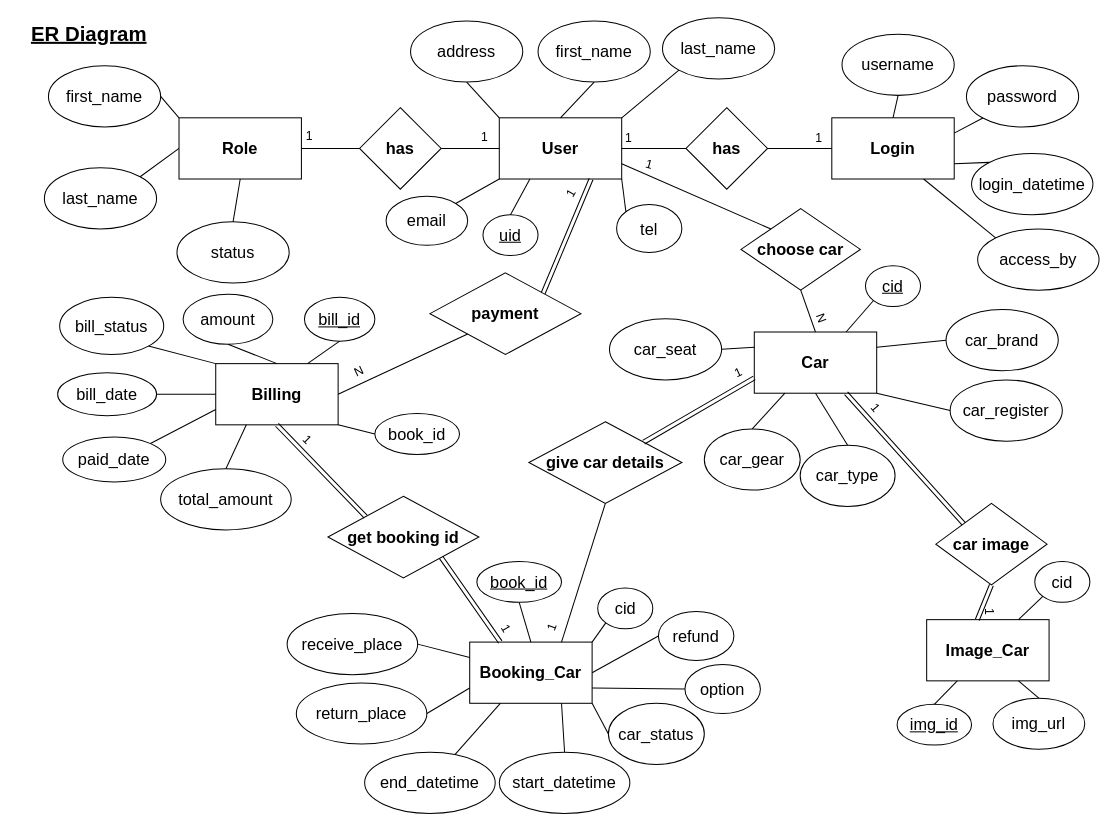
The draw.io diagram page "ER Diagram" (1 of 4) of Online_Car_Rental_System.drawio in Werayootk/Online_Car_Rental_System, before the edit. Source tidied: cells renumbered, new cells numbered last; positions are measured from the earlier drawing's top-left corner, leaving out a move shared by most shapes. Both pictures are drawn from the tidied source at 102%, with x=0, y=0 at pixel (17, 17).
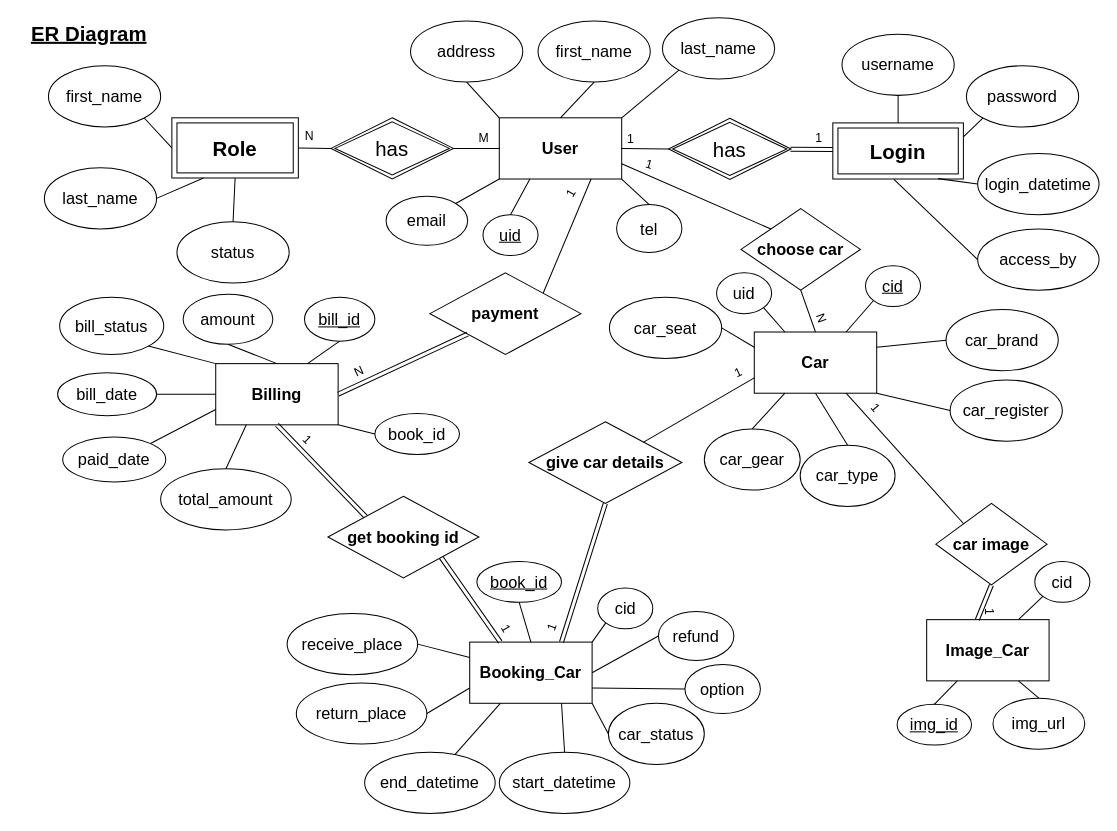
The same diagram, later.

The change refers to these unchanged cells:
```xml
<mxCell id="3" value="&lt;b&gt;User&lt;/b&gt;" style="rounded=0;whiteSpace=wrap;html=1;labelBorderColor=none;fontSize=16;fontColor=#000000;strokeColor=#000000;fillColor=none;" parent="1" vertex="1">
  <mxGeometry x="472" y="98" width="120" height="60" as="geometry" />
</mxCell>
<mxCell id="12" value="first_name" style="ellipse;whiteSpace=wrap;html=1;labelBorderColor=none;fontSize=16;fontColor=#000000;strokeColor=#000000;fillColor=none;" parent="1" vertex="1">
  <mxGeometry x="30" y="47" width="110" height="60" as="geometry" />
</mxCell>
<mxCell id="13" value="last_name" style="ellipse;whiteSpace=wrap;html=1;labelBorderColor=none;fontSize=16;fontColor=#000000;strokeColor=#000000;fillColor=none;" parent="1" vertex="1">
  <mxGeometry x="26" y="147" width="110" height="60" as="geometry" />
</mxCell>
<mxCell id="14" value="status" style="ellipse;whiteSpace=wrap;html=1;labelBorderColor=none;fontSize=16;fontColor=#000000;strokeColor=#000000;fillColor=none;" parent="1" vertex="1">
  <mxGeometry x="156" y="200" width="110" height="60" as="geometry" />
</mxCell>
<mxCell id="22" value="tel" style="ellipse;whiteSpace=wrap;html=1;labelBorderColor=none;fontSize=16;fontColor=#000000;strokeColor=#000000;fillColor=none;" parent="1" vertex="1">
  <mxGeometry x="587" y="183" width="64" height="47" as="geometry" />
</mxCell>
<mxCell id="30" value="username" style="ellipse;whiteSpace=wrap;html=1;labelBorderColor=none;fontSize=16;fontColor=#000000;strokeColor=#000000;fillColor=none;" parent="1" vertex="1">
  <mxGeometry x="808" y="16" width="110" height="60" as="geometry" />
</mxCell>
<mxCell id="31" value="password" style="ellipse;whiteSpace=wrap;html=1;labelBorderColor=none;fontSize=16;fontColor=#000000;strokeColor=#000000;fillColor=none;" parent="1" vertex="1">
  <mxGeometry x="930" y="47" width="110" height="60" as="geometry" />
</mxCell>
<mxCell id="33" value="access_by" style="ellipse;whiteSpace=wrap;html=1;labelBorderColor=none;fontSize=16;fontColor=#000000;strokeColor=#000000;fillColor=none;" parent="1" vertex="1">
  <mxGeometry x="941" y="207" width="119" height="60" as="geometry" />
</mxCell>
<mxCell id="38" value="&lt;b&gt;Car&lt;/b&gt;" style="rounded=0;whiteSpace=wrap;html=1;labelBorderColor=none;fontSize=16;fontColor=#000000;strokeColor=#000000;fillColor=none;" parent="1" vertex="1">
  <mxGeometry x="722" y="308" width="120" height="60" as="geometry" />
</mxCell>
<mxCell id="48" value="&lt;b&gt;car image&lt;/b&gt;" style="rhombus;whiteSpace=wrap;html=1;labelBorderColor=none;fontSize=16;fontColor=#000000;strokeColor=#000000;fillColor=none;" parent="1" vertex="1">
  <mxGeometry x="900" y="476" width="109" height="80" as="geometry" />
</mxCell>
<mxCell id="63" value="&lt;b&gt;Booking_Car&lt;br&gt;&lt;/b&gt;" style="rounded=0;whiteSpace=wrap;html=1;labelBorderColor=none;fontSize=16;fontColor=#000000;strokeColor=#000000;fillColor=none;" parent="1" vertex="1">
  <mxGeometry x="443" y="612" width="120" height="60" as="geometry" />
</mxCell>
<mxCell id="64" value="&lt;b&gt;Billing&lt;br&gt;&lt;/b&gt;" style="rounded=0;whiteSpace=wrap;html=1;labelBorderColor=none;fontSize=16;fontColor=#000000;strokeColor=#000000;fillColor=none;" parent="1" vertex="1">
  <mxGeometry x="194" y="339" width="120" height="60" as="geometry" />
</mxCell>
<mxCell id="67" value="&lt;b&gt;give car details&lt;/b&gt;" style="rhombus;whiteSpace=wrap;html=1;labelBorderColor=none;fontSize=16;fontColor=#000000;strokeColor=#000000;fillColor=none;" parent="1" vertex="1">
  <mxGeometry x="501" y="396" width="150" height="80" as="geometry" />
</mxCell>
<mxCell id="93" value="&lt;b&gt;payment&lt;/b&gt;" style="rhombus;whiteSpace=wrap;html=1;labelBorderColor=none;fontSize=16;fontColor=#000000;strokeColor=#000000;fillColor=none;" parent="1" vertex="1">
  <mxGeometry x="404" y="250" width="148" height="80" as="geometry" />
</mxCell>
```

Change to the diagram source:
```diff
@@
-    <mxCell id="4" value="&lt;b&gt;has&lt;/b&gt;" style="rhombus;whiteSpace=wrap;html=1;labelBorderColor=none;fontSize=16;fontColor=#000000;strokeColor=#000000;fillColor=none;" parent="1" vertex="1">
-      <mxGeometry x="335" y="88" width="80" height="80" as="geometry" />
-    </mxCell>
-    <mxCell id="5" value="&lt;b&gt;has&lt;/b&gt;" style="rhombus;whiteSpace=wrap;html=1;labelBorderColor=none;fontSize=16;fontColor=#000000;strokeColor=#000000;fillColor=none;" parent="1" vertex="1">
-      <mxGeometry x="655" y="88" width="80" height="80" as="geometry" />
-    </mxCell>
-    <mxCell id="6" style="endArrow=none;html=1;rounded=0;fontSize=16;fontColor=#000000;exitX=1;exitY=0.5;exitDx=0;exitDy=0;entryX=0;entryY=0.5;entryDx=0;entryDy=0;" parent="1" edge="1" source="4" target="3">
-      <mxGeometry relative="1" as="geometry" />
-    </mxCell>
-    <mxCell id="7" style="endArrow=none;html=1;rounded=0;fontSize=16;fontColor=#000000;exitX=1;exitY=0.5;exitDx=0;exitDy=0;entryX=0;entryY=0.5;entryDx=0;entryDy=0;" parent="1" edge="1" source="3" target="5">
-      <mxGeometry relative="1" as="geometry" />
-    </mxCell>
-    <mxCell id="8" value="&lt;b&gt;Role&lt;/b&gt;" style="rounded=0;whiteSpace=wrap;html=1;labelBorderColor=none;fontSize=16;fontColor=#000000;strokeColor=#000000;fillColor=none;" parent="1" vertex="1">
-      <mxGeometry x="158" y="98" width="120" height="60" as="geometry" />
-    </mxCell>
-    <mxCell id="9" value="&lt;b&gt;Login&lt;/b&gt;" style="rounded=0;whiteSpace=wrap;html=1;labelBorderColor=none;fontSize=16;fontColor=#000000;strokeColor=#000000;fillColor=none;" parent="1" vertex="1">
-      <mxGeometry x="798" y="98" width="120" height="60" as="geometry" />
-    </mxCell>
-    <mxCell id="10" style="endArrow=none;html=1;rounded=0;fontSize=16;fontColor=#000000;exitX=1;exitY=0.5;exitDx=0;exitDy=0;entryX=0;entryY=0.5;entryDx=0;entryDy=0;" parent="1" edge="1" source="8" target="4">
-      <mxGeometry relative="1" as="geometry" />
-    </mxCell>
-    <mxCell id="11" style="endArrow=none;html=1;rounded=0;fontSize=16;fontColor=#000000;exitX=0;exitY=0.5;exitDx=0;exitDy=0;" parent="1" edge="1" source="9">
-      <mxGeometry relative="1" as="geometry">
-        <mxPoint x="735" y="128" as="targetPoint" />
-      </mxGeometry>
-    </mxCell>
@@
-    <mxCell id="15" style="endArrow=none;html=1;rounded=0;fontSize=16;fontColor=#000000;exitX=0.5;exitY=0;exitDx=0;exitDy=0;entryX=0.5;entryY=1;entryDx=0;entryDy=0;" parent="1" edge="1" source="14" target="8">
-      <mxGeometry relative="1" as="geometry" />
-    </mxCell>
-    <mxCell id="16" style="endArrow=none;html=1;rounded=0;fontSize=16;fontColor=#000000;exitX=1;exitY=0;exitDx=0;exitDy=0;entryX=0;entryY=0.5;entryDx=0;entryDy=0;" parent="1" edge="1" source="13" target="8">
-      <mxGeometry relative="1" as="geometry" />
-    </mxCell>
-    <mxCell id="17" style="endArrow=none;html=1;rounded=0;fontSize=16;fontColor=#000000;exitX=0;exitY=0;exitDx=0;exitDy=0;entryX=1;entryY=0.5;entryDx=0;entryDy=0;" parent="1" edge="1" source="8" target="12">
-      <mxGeometry relative="1" as="geometry" />
-    </mxCell>
@@
-    <mxCell id="29" style="endArrow=none;html=1;rounded=0;fontSize=16;fontColor=#000000;exitX=0;exitY=0;exitDx=0;exitDy=0;entryX=1;entryY=1;entryDx=0;entryDy=0;" parent="1" edge="1" source="22" target="3">
+    <mxCell id="29" style="endArrow=none;html=1;rounded=0;fontSize=16;fontColor=#000000;exitX=0.5;exitY=0;exitDx=0;exitDy=0;entryX=1;entryY=1;entryDx=0;entryDy=0;" parent="1" edge="1" source="22" target="3">
       <mxGeometry relative="1" as="geometry" />
     </mxCell>
@@
     <mxCell id="32" value="login_datetime" style="ellipse;whiteSpace=wrap;html=1;labelBorderColor=none;fontSize=16;fontColor=#000000;strokeColor=#000000;fillColor=none;" parent="1" vertex="1">
-      <mxGeometry x="935" y="133" width="119" height="60" as="geometry" />
+      <mxGeometry x="941" y="133" width="119" height="60" as="geometry" />
     </mxCell>
@@
-    <mxCell id="34" style="endArrow=none;html=1;rounded=0;fontSize=16;fontColor=#000000;exitX=0.5;exitY=0;exitDx=0;exitDy=0;entryX=0.5;entryY=1;entryDx=0;entryDy=0;" parent="1" edge="1" source="9" target="30">
-      <mxGeometry relative="1" as="geometry" />
-    </mxCell>
-    <mxCell id="35" style="endArrow=none;html=1;rounded=0;fontSize=16;fontColor=#000000;exitX=1;exitY=0.25;exitDx=0;exitDy=0;entryX=0;entryY=1;entryDx=0;entryDy=0;" parent="1" edge="1" source="9" target="31">
-      <mxGeometry relative="1" as="geometry" />
-    </mxCell>
-    <mxCell id="36" style="endArrow=none;html=1;rounded=0;fontSize=16;fontColor=#000000;exitX=1;exitY=0.75;exitDx=0;exitDy=0;entryX=0;entryY=0;entryDx=0;entryDy=0;" parent="1" edge="1" source="9" target="32">
-      <mxGeometry relative="1" as="geometry" />
-    </mxCell>
-    <mxCell id="37" style="endArrow=none;html=1;rounded=0;fontSize=16;fontColor=#000000;exitX=0.75;exitY=1;exitDx=0;exitDy=0;entryX=0;entryY=0;entryDx=0;entryDy=0;" parent="1" edge="1" source="9" target="33">
-      <mxGeometry relative="1" as="geometry" />
-    </mxCell>
@@
     <mxCell id="47" value="car_seat" style="ellipse;whiteSpace=wrap;html=1;labelBorderColor=none;fontSize=16;fontColor=#000000;strokeColor=#000000;fillColor=none;" parent="1" vertex="1">
-      <mxGeometry x="580" y="295" width="110" height="60" as="geometry" />
+      <mxGeometry x="580" y="274" width="110" height="60" as="geometry" />
     </mxCell>
@@
-    <mxCell id="66" style="endArrow=none;html=1;rounded=0;fontSize=16;fontColor=#000000;exitX=0.75;exitY=1;exitDx=0;exitDy=0;entryX=0;entryY=0;entryDx=0;entryDy=0;shape=link;" parent="1" edge="1" source="38" target="48">
+    <mxCell id="66" style="endArrow=none;html=1;rounded=0;fontSize=16;fontColor=#000000;exitX=0.75;exitY=1;exitDx=0;exitDy=0;entryX=0;entryY=0;entryDx=0;entryDy=0;" parent="1" edge="1" source="38" target="48">
       <mxGeometry relative="1" as="geometry" />
     </mxCell>
@@
-    <mxCell id="68" style="endArrow=none;html=1;rounded=0;fontSize=16;fontColor=#000000;exitX=0.5;exitY=1;exitDx=0;exitDy=0;entryX=0.75;entryY=0;entryDx=0;entryDy=0;" parent="1" edge="1" source="67" target="63">
+    <mxCell id="68" style="endArrow=none;html=1;rounded=0;fontSize=16;fontColor=#000000;exitX=0.5;exitY=1;exitDx=0;exitDy=0;entryX=0.75;entryY=0;entryDx=0;entryDy=0;shape=link;" parent="1" edge="1" source="67" target="63">
       <mxGeometry relative="1" as="geometry" />
     </mxCell>
-    <mxCell id="69" style="endArrow=none;html=1;rounded=0;fontSize=16;fontColor=#000000;exitX=0;exitY=0.75;exitDx=0;exitDy=0;entryX=1;entryY=0;entryDx=0;entryDy=0;shape=link;" parent="1" edge="1" source="38" target="67">
+    <mxCell id="69" style="endArrow=none;html=1;rounded=0;fontSize=16;fontColor=#000000;exitX=0;exitY=0.75;exitDx=0;exitDy=0;entryX=1;entryY=0;entryDx=0;entryDy=0;" parent="1" edge="1" source="38" target="67">
       <mxGeometry relative="1" as="geometry" />
     </mxCell>
@@
-    <mxCell id="94" style="endArrow=none;html=1;rounded=0;fontSize=16;fontColor=#000000;exitX=0.75;exitY=1;exitDx=0;exitDy=0;entryX=1;entryY=0;entryDx=0;entryDy=0;shape=link;" parent="1" edge="1" source="3" target="93">
+    <mxCell id="94" style="endArrow=none;html=1;rounded=0;fontSize=16;fontColor=#000000;exitX=0.75;exitY=1;exitDx=0;exitDy=0;entryX=1;entryY=0;entryDx=0;entryDy=0;" parent="1" edge="1" source="3" target="93">
       <mxGeometry relative="1" as="geometry" />
     </mxCell>
-    <mxCell id="95" style="endArrow=none;html=1;rounded=0;fontSize=16;fontColor=#000000;exitX=0;exitY=1;exitDx=0;exitDy=0;entryX=1;entryY=0.5;entryDx=0;entryDy=0;" parent="1" edge="1" source="93" target="64">
+    <mxCell id="95" style="endArrow=none;html=1;rounded=0;fontSize=16;fontColor=#000000;exitX=0;exitY=1;exitDx=0;exitDy=0;entryX=1;entryY=0.5;entryDx=0;entryDy=0;shape=link;" parent="1" edge="1" source="93" target="64">
       <mxGeometry relative="1" as="geometry" />
     </mxCell>
@@
-    <mxCell id="108" value="1" style="text;html=1;strokeColor=none;fillColor=none;align=center;verticalAlign=middle;whiteSpace=wrap;rounded=0;" parent="1" vertex="1">
+    <mxCell id="108" value="N" style="text;html=1;strokeColor=none;fillColor=none;align=center;verticalAlign=middle;whiteSpace=wrap;rounded=0;" parent="1" vertex="1">
       <mxGeometry x="270" y="103" width="32" height="26" as="geometry" />
     </mxCell>
-    <mxCell id="109" value="1" style="text;html=1;strokeColor=none;fillColor=none;align=center;verticalAlign=middle;whiteSpace=wrap;rounded=0;" parent="1" vertex="1">
-      <mxGeometry x="442" y="106" width="32" height="22" as="geometry" />
+    <mxCell id="109" value="M" style="text;html=1;strokeColor=none;fillColor=none;align=center;verticalAlign=middle;whiteSpace=wrap;rounded=0;" parent="1" vertex="1">
+      <mxGeometry x="441" y="107" width="32" height="22" as="geometry" />
     </mxCell>
     <mxCell id="110" value="1" style="text;html=1;strokeColor=none;fillColor=none;align=center;verticalAlign=middle;whiteSpace=wrap;rounded=0;" parent="1" vertex="1">
-      <mxGeometry x="568.5" y="103" width="60" height="30" as="geometry" />
+      <mxGeometry x="585" y="111" width="31.5" height="16" as="geometry" />
     </mxCell>
@@
+    <mxCell id="8" value="&lt;font style=&quot;font-size: 20px&quot;&gt;&lt;b&gt;Role&lt;/b&gt;&lt;/font&gt;" style="shape=ext;margin=3;double=1;whiteSpace=wrap;html=1;align=center;strokeColor=default;fillColor=none;" parent="1" vertex="1">
+      <mxGeometry x="151" y="98" width="124" height="59" as="geometry" />
+    </mxCell>
+    <mxCell id="122" style="endArrow=none;html=1;rounded=0;fontSize=20;exitX=1;exitY=1;exitDx=0;exitDy=0;entryX=0;entryY=0.5;entryDx=0;entryDy=0;" parent="1" edge="1" source="12" target="8">
+      <mxGeometry relative="1" as="geometry" />
+    </mxCell>
+    <mxCell id="15" style="endArrow=none;html=1;rounded=0;fontSize=20;exitX=0.5;exitY=0;exitDx=0;exitDy=0;entryX=0.5;entryY=1;entryDx=0;entryDy=0;" parent="1" edge="1" source="14" target="8">
+      <mxGeometry relative="1" as="geometry" />
+    </mxCell>
+    <mxCell id="16" style="endArrow=none;html=1;rounded=0;fontSize=20;exitX=1;exitY=0.5;exitDx=0;exitDy=0;entryX=0.25;entryY=1;entryDx=0;entryDy=0;" parent="1" edge="1" source="13" target="8">
+      <mxGeometry relative="1" as="geometry" />
+    </mxCell>
+    <mxCell id="9" value="&lt;b&gt;Login&lt;/b&gt;" style="shape=ext;margin=3;double=1;whiteSpace=wrap;html=1;align=center;fontSize=20;strokeColor=default;fillColor=none;" parent="1" vertex="1">
+      <mxGeometry x="799" y="103" width="128" height="55" as="geometry" />
+    </mxCell>
+    <mxCell id="34" style="endArrow=none;html=1;rounded=0;fontSize=20;entryX=0.5;entryY=1;entryDx=0;entryDy=0;exitX=0.5;exitY=0;exitDx=0;exitDy=0;" parent="1" edge="1" source="9" target="30">
+      <mxGeometry relative="1" as="geometry" />
+    </mxCell>
+    <mxCell id="123" style="endArrow=none;html=1;rounded=0;fontSize=20;entryX=0.468;entryY=1.005;entryDx=0;entryDy=0;exitX=0;exitY=0.5;exitDx=0;exitDy=0;entryPerimeter=0;" parent="1" edge="1" source="33" target="9">
+      <mxGeometry relative="1" as="geometry" />
+    </mxCell>
+    <mxCell id="124" style="endArrow=none;html=1;rounded=0;fontSize=20;entryX=0.806;entryY=0.993;entryDx=0;entryDy=0;exitX=0;exitY=0.5;exitDx=0;exitDy=0;entryPerimeter=0;" parent="1" edge="1" source="32" target="9">
+      <mxGeometry relative="1" as="geometry" />
+    </mxCell>
+    <mxCell id="35" style="endArrow=none;html=1;rounded=0;fontSize=20;entryX=0;entryY=1;entryDx=0;entryDy=0;exitX=1;exitY=0.25;exitDx=0;exitDy=0;" parent="1" edge="1" source="9" target="31">
+      <mxGeometry relative="1" as="geometry" />
+    </mxCell>
+    <mxCell id="125" value="has" style="shape=rhombus;double=1;perimeter=rhombusPerimeter;whiteSpace=wrap;html=1;align=center;fontSize=20;strokeColor=default;fillColor=none;" parent="1" vertex="1">
+      <mxGeometry x="307" y="98" width="120" height="60" as="geometry" />
+    </mxCell>
+    <mxCell id="126" value="has" style="shape=rhombus;double=1;perimeter=rhombusPerimeter;whiteSpace=wrap;html=1;align=center;fontSize=20;strokeColor=default;fillColor=none;" parent="1" vertex="1">
+      <mxGeometry x="638" y="98.5" width="120" height="60" as="geometry" />
+    </mxCell>
+    <mxCell id="127" style="endArrow=none;html=1;rounded=0;fontSize=20;exitX=1;exitY=0.5;exitDx=0;exitDy=0;entryX=0;entryY=0.5;entryDx=0;entryDy=0;" parent="1" edge="1" source="8" target="125">
+      <mxGeometry relative="1" as="geometry" />
+    </mxCell>
+    <mxCell id="128" style="endArrow=none;html=1;rounded=0;fontSize=20;exitX=1;exitY=0.5;exitDx=0;exitDy=0;entryX=0;entryY=0.5;entryDx=0;entryDy=0;" parent="1" edge="1" source="125" target="3">
+      <mxGeometry relative="1" as="geometry" />
+    </mxCell>
+    <mxCell id="129" style="endArrow=none;html=1;rounded=0;fontSize=20;entryX=0;entryY=0.5;entryDx=0;entryDy=0;exitX=1;exitY=0.5;exitDx=0;exitDy=0;" parent="1" edge="1" source="3" target="126">
+      <mxGeometry relative="1" as="geometry" />
+    </mxCell>
+    <mxCell id="130" style="endArrow=none;html=1;rounded=0;fontSize=20;shape=link;" parent="1" edge="1" source="126">
+      <mxGeometry relative="1" as="geometry">
+        <mxPoint x="799" y="129" as="targetPoint" />
+      </mxGeometry>
+    </mxCell>
+    <mxCell id="131" value="uid" style="ellipse;whiteSpace=wrap;html=1;labelBorderColor=none;fontSize=16;fontColor=#000000;strokeColor=#000000;fillColor=none;" parent="1" vertex="1">
+      <mxGeometry x="685" y="250" width="54" height="40" as="geometry" />
+    </mxCell>
+    <mxCell id="132" style="endArrow=none;html=1;rounded=0;fontSize=20;entryX=1;entryY=1;entryDx=0;entryDy=0;exitX=0.25;exitY=0;exitDx=0;exitDy=0;" parent="1" edge="1" source="38" target="131">
+      <mxGeometry relative="1" as="geometry" />
+    </mxCell>
```
